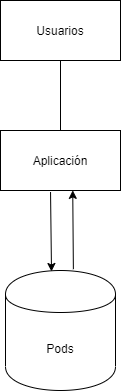
The draw.io diagram src/docs/images/sistemaycontexto.png in Arquisoft/viade_es1a, before a commit. Source tidied: cells renumbered, new cells last; positions are measured from the earlier drawing's top-left corner, leaving out a move shared by most shapes. The source it was exported from:
```xml
<mxGraphModel>
  <root>
    <mxCell id="0" />
    <mxCell id="1" parent="0" />
    <mxCell id="2" value="Usuarios" style="rounded=0;whiteSpace=wrap;html=1;" parent="1" vertex="1">
      <mxGeometry width="120" height="60" as="geometry" />
    </mxCell>
    <mxCell id="3" value="Aplicación" style="rounded=0;whiteSpace=wrap;html=1;" parent="1" vertex="1">
      <mxGeometry y="130" width="120" height="60" as="geometry" />
    </mxCell>
    <mxCell id="4" value="Pods" style="shape=cylinder;whiteSpace=wrap;html=1;boundedLbl=1;backgroundOutline=1;" parent="1" vertex="1">
      <mxGeometry x="5" y="270" width="110" height="120" as="geometry" />
    </mxCell>
    <mxCell id="5" style="endArrow=classic;html=1;exitX=0.617;exitY=-0.011;exitDx=0;exitDy=0;exitPerimeter=0;entryX=0.602;entryY=0.998;entryDx=0;entryDy=0;entryPerimeter=0;" parent="1" edge="1" source="4" target="3">
      <mxGeometry relative="1" as="geometry" />
    </mxCell>
    <mxCell id="6" style="endArrow=classic;html=1;exitX=0.417;exitY=1.026;exitDx=0;exitDy=0;exitPerimeter=0;" parent="1" edge="1" source="3">
      <mxGeometry relative="1" as="geometry">
        <mxPoint x="51" y="271" as="targetPoint" />
      </mxGeometry>
    </mxCell>
    <mxCell id="7" style="endArrow=none;html=1;entryX=0.5;entryY=1;entryDx=0;entryDy=0;exitX=0.5;exitY=0;exitDx=0;exitDy=0;" parent="1" edge="1" source="3" target="2">
      <mxGeometry relative="1" as="geometry" />
    </mxCell>
  </root>
</mxGraphModel>
```
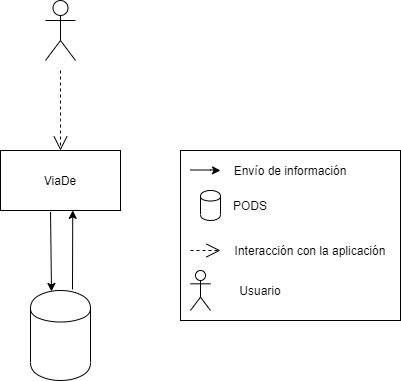
The same file after the commit.

Commit message:
Actualizado el diagrama de contexto

The edit, as a diff of the source:
```diff
@@ -2,25 +2,70 @@
   <root>
     <mxCell id="0" />
     <mxCell id="1" parent="0" />
-    <mxCell id="2" value="Usuarios" style="rounded=0;whiteSpace=wrap;html=1;" parent="1" vertex="1">
-      <mxGeometry width="120" height="60" as="geometry" />
-    </mxCell>
-    <mxCell id="3" value="Aplicación" style="rounded=0;whiteSpace=wrap;html=1;" parent="1" vertex="1">
+    <mxCell id="3" value="ViaDe" style="rounded=0;whiteSpace=wrap;html=1;" parent="1" vertex="1">
       <mxGeometry y="130" width="120" height="60" as="geometry" />
     </mxCell>
-    <mxCell id="4" value="Pods" style="shape=cylinder;whiteSpace=wrap;html=1;boundedLbl=1;backgroundOutline=1;" parent="1" vertex="1">
-      <mxGeometry x="5" y="270" width="110" height="120" as="geometry" />
+    <mxCell id="4" style="shape=cylinder;whiteSpace=wrap;html=1;boundedLbl=1;backgroundOutline=1;" parent="1" vertex="1">
+      <mxGeometry x="30" y="270" width="60" height="90" as="geometry" />
     </mxCell>
-    <mxCell id="5" style="endArrow=classic;html=1;exitX=0.617;exitY=-0.011;exitDx=0;exitDy=0;exitPerimeter=0;entryX=0.602;entryY=0.998;entryDx=0;entryDy=0;entryPerimeter=0;" parent="1" edge="1" source="4" target="3">
-      <mxGeometry relative="1" as="geometry" />
+    <mxCell id="5" style="endArrow=classic;html=1;entryX=0.602;entryY=0.998;entryDx=0;entryDy=0;entryPerimeter=0;" parent="1" edge="1" target="3">
+      <mxGeometry relative="1" as="geometry">
+        <mxPoint x="72" y="269" as="sourcePoint" />
+      </mxGeometry>
     </mxCell>
     <mxCell id="6" style="endArrow=classic;html=1;exitX=0.417;exitY=1.026;exitDx=0;exitDy=0;exitPerimeter=0;" parent="1" edge="1" source="3">
       <mxGeometry relative="1" as="geometry">
         <mxPoint x="51" y="271" as="targetPoint" />
       </mxGeometry>
     </mxCell>
-    <mxCell id="7" style="endArrow=none;html=1;entryX=0.5;entryY=1;entryDx=0;entryDy=0;exitX=0.5;exitY=0;exitDx=0;exitDy=0;" parent="1" edge="1" source="3" target="2">
-      <mxGeometry relative="1" as="geometry" />
-    </mxCell>
+    <mxCell id="8" style="shape=umlActor;verticalLabelPosition=bottom;labelBackgroundColor=#ffffff;verticalAlign=top;html=1;" parent="1" vertex="1">
+      <mxGeometry x="45" y="-20" width="30" height="60" as="geometry" />
+    </mxCell>
+    <mxCell id="9" style="rounded=0;whiteSpace=wrap;html=1;" parent="1" vertex="1">
+      <mxGeometry x="180" y="130" width="220" height="170" as="geometry" />
+    </mxCell>
+    <mxCell id="10" value="Envío de información" style="text;html=1;strokeColor=none;fillColor=none;align=center;verticalAlign=middle;whiteSpace=wrap;rounded=0;" parent="1" vertex="1">
+      <mxGeometry x="210" y="140" width="160" height="20" as="geometry" />
+    </mxCell>
+    <mxCell id="11" style="endArrow=classic;html=1;" parent="1" edge="1">
+      <mxGeometry relative="1" as="geometry">
+        <mxPoint x="190" y="149.5" as="sourcePoint" />
+        <mxPoint x="220" y="150" as="targetPoint" />
+        <Array as="points">
+          <mxPoint x="220" y="149.5" />
+        </Array>
+      </mxGeometry>
+    </mxCell>
+    <mxCell id="12" style="shape=cylinder;whiteSpace=wrap;html=1;boundedLbl=1;backgroundOutline=1;" parent="1" vertex="1">
+      <mxGeometry x="200" y="170" width="20" height="30" as="geometry" />
+    </mxCell>
+    <mxCell id="13" value="PODS" style="text;html=1;strokeColor=none;fillColor=none;align=center;verticalAlign=middle;whiteSpace=wrap;rounded=0;" parent="1" vertex="1">
+      <mxGeometry x="210" y="170" width="80" height="30" as="geometry" />
+    </mxCell>
+    <mxCell id="14" style="endArrow=open;endSize=12;dashed=1;html=1;entryX=0.5;entryY=0;entryDx=0;entryDy=0;" parent="1" edge="1" target="3">
+      <mxGeometry y="91" relative="1" as="geometry">
+        <mxPoint x="60" y="50" as="sourcePoint" />
+        <Array as="points">
+          <mxPoint x="60" y="90" />
+        </Array>
+        <mxPoint x="-1" y="-10" as="offset" />
+      </mxGeometry>
+    </mxCell>
+    <mxCell id="15" style="endArrow=open;endSize=12;dashed=1;html=1;" parent="1" edge="1">
+      <mxGeometry y="91" relative="1" as="geometry">
+        <mxPoint x="190" y="230" as="sourcePoint" />
+        <mxPoint x="220" y="230" as="targetPoint" />
+        <mxPoint x="-1" y="-10" as="offset" />
+      </mxGeometry>
+    </mxCell>
+    <mxCell id="16" value="Interacción con la aplicación" style="text;html=1;strokeColor=none;fillColor=none;align=center;verticalAlign=middle;whiteSpace=wrap;rounded=0;" parent="1" vertex="1">
+      <mxGeometry x="230" y="220" width="160" height="20" as="geometry" />
+    </mxCell>
+    <mxCell id="17" style="shape=umlActor;verticalLabelPosition=bottom;labelBackgroundColor=#ffffff;verticalAlign=top;html=1;direction=east;" parent="1" vertex="1">
+      <mxGeometry x="190" y="250" width="20" height="40" as="geometry" />
+    </mxCell>
+    <mxCell id="18" value="Usuario" style="text;html=1;strokeColor=none;fillColor=none;align=center;verticalAlign=middle;whiteSpace=wrap;rounded=0;" parent="1" vertex="1">
+      <mxGeometry x="210" y="260" width="100" height="20" as="geometry" />
+    </mxCell>
   </root>
 </mxGraphModel>
```
